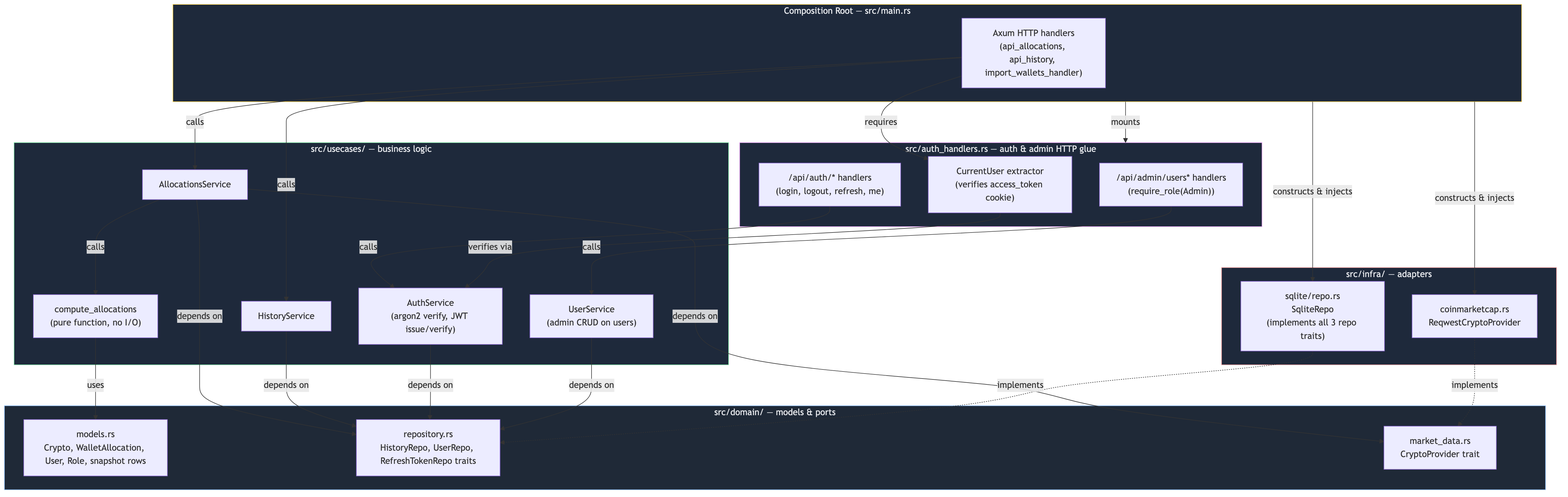
The Mermaid diagram docs/architecture.png in rchau73/crypto_management, before a commit. Its source is kept beside it as docs/architecture.mmd.
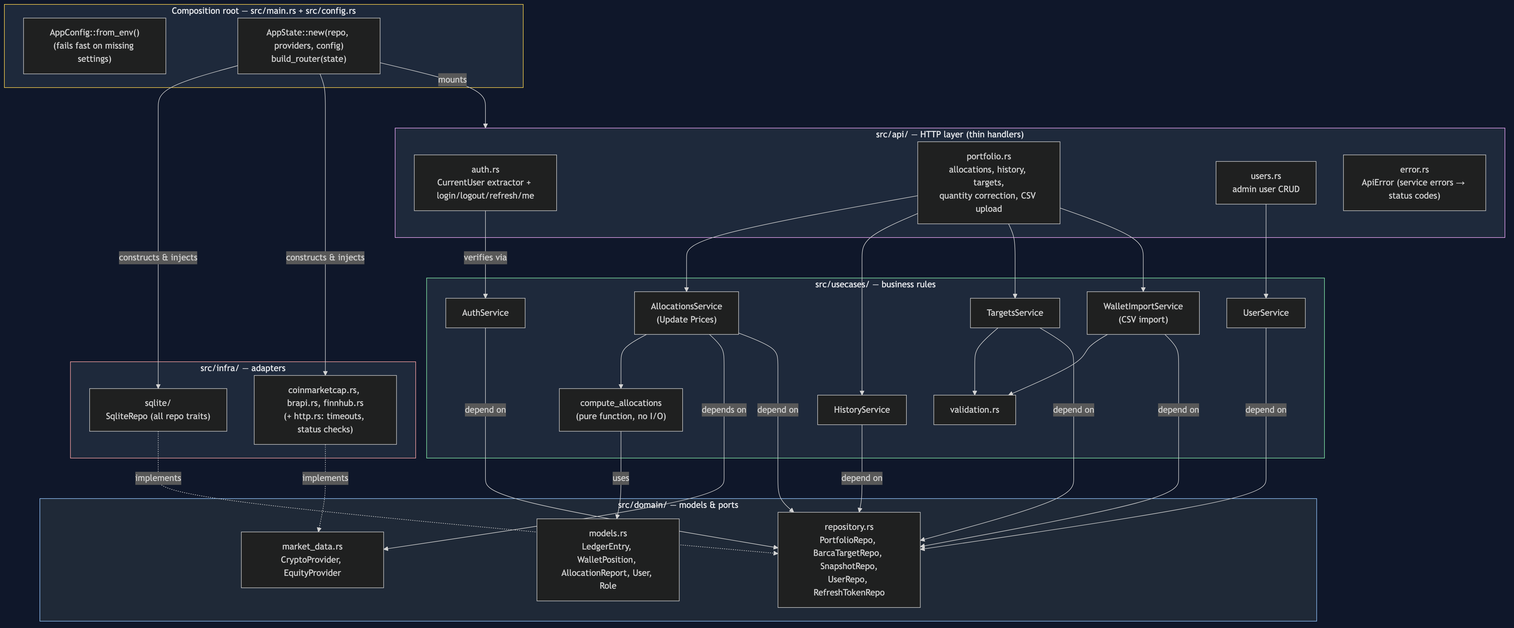
After the change.

Commit message:
Update docs, diagrams, .env.example and developer skill for new layout

Change to the diagram source:
```diff
@@ -1,56 +1,57 @@
 flowchart TD
-    subgraph MAIN["Composition Root — src/main.rs"]
-        H1["Axum HTTP handlers\n(api_allocations, api_history, import_wallets_handler)"]
+    subgraph MAIN["Composition root — src/main.rs + src/config.rs"]
+        CFG["AppConfig::from_env()\n(fails fast on missing settings)"]
+        WIRE["AppState::new(repo, providers, config)\nbuild_router(state)"]
     end
 
-    subgraph AUTHMOD["src/auth_handlers.rs — auth & admin HTTP glue"]
-        CU["CurrentUser extractor\n(verifies access_token cookie)"]
-        AH["/api/auth/* handlers\n(login, logout, refresh, me)"]
-        ADMH["/api/admin/users* handlers\n(require_role(Admin))"]
+    subgraph API["src/api/ — HTTP layer (thin handlers)"]
+        CU["auth.rs\nCurrentUser extractor + login/logout/refresh/me"]
+        PH["portfolio.rs\nallocations, history, targets,\nquantity correction, CSV upload"]
+        UH["users.rs\nadmin user CRUD"]
+        ERR["error.rs\nApiError (service errors → status codes)"]
     end
 
-    subgraph USECASES["src/usecases/ — business logic"]
+    subgraph USECASES["src/usecases/ — business rules"]
         CA["compute_allocations\n(pure function, no I/O)"]
-        AS["AllocationsService"]
+        AS["AllocationsService\n(Update Prices)"]
         HS["HistoryService"]
-        AUS["AuthService\n(argon2 verify, JWT issue/verify)"]
-        US["UserService\n(admin CRUD on users)"]
+        TS["TargetsService"]
+        WI["WalletImportService\n(CSV import)"]
+        AUS["AuthService"]
+        US["UserService"]
+        VAL["validation.rs"]
     end
 
     subgraph DOMAIN["src/domain/ — models & ports"]
-        MODELS["models.rs\nCrypto, WalletAllocation, User, Role, snapshot rows"]
-        REPO_PORT["repository.rs\nHistoryRepo, UserRepo, RefreshTokenRepo traits"]
-        MD_PORT["market_data.rs\nCryptoProvider trait"]
+        MODELS["models.rs\nLedgerEntry, WalletPosition, AllocationReport, User, Role"]
+        REPO_PORT["repository.rs\nPortfolioRepo, BarcaTargetRepo, SnapshotRepo,\nUserRepo, RefreshTokenRepo"]
+        MD_PORT["market_data.rs\nCryptoProvider, EquityProvider"]
     end
 
     subgraph INFRA["src/infra/ — adapters"]
-        SQLITE["sqlite/repo.rs\nSqliteRepo\n(implements all 3 repo traits)"]
-        CMC["coinmarketcap.rs\nReqwestCryptoProvider"]
+        SQLITE["sqlite/\nSqliteRepo (all repo traits)"]
+        PROV["coinmarketcap.rs, brapi.rs, finnhub.rs\n(+ http.rs: timeouts, status checks)"]
     end
 
-    H1 -->|requires| CU
-    H1 -->|calls| AS
-    H1 -->|calls| HS
-    AH -->|calls| AUS
-    ADMH -->|calls| US
     CU -->|verifies via| AUS
-    AS -->|calls| CA
+    PH --> AS & HS & TS & WI
+    UH --> US
+    AS --> CA
+    TS --> VAL
+    WI --> VAL
     AS -->|depends on| MD_PORT
-    AS -->|depends on| REPO_PORT
-    HS -->|depends on| REPO_PORT
-    AUS -->|depends on| REPO_PORT
-    US -->|depends on| REPO_PORT
+    AS & HS & TS & WI & AUS & US -->|depend on| REPO_PORT
     CA -->|uses| MODELS
 
     SQLITE -.->|implements| REPO_PORT
-    CMC -.->|implements| MD_PORT
+    PROV -.->|implements| MD_PORT
 
-    MAIN -->|constructs & injects| SQLITE
-    MAIN -->|constructs & injects| CMC
-    MAIN -->|mounts| AUTHMOD
+    WIRE -->|constructs & injects| SQLITE
+    WIRE -->|constructs & injects| PROV
+    WIRE -->|mounts| API
 
     style DOMAIN fill:#1f2937,stroke:#93c5fd,color:#e5e7eb
     style USECASES fill:#1e293b,stroke:#86efac,color:#e5e7eb
     style INFRA fill:#1e293b,stroke:#fca5a5,color:#e5e7eb
     style MAIN fill:#1e293b,stroke:#fcd34d,color:#e5e7eb
-    style AUTHMOD fill:#1e293b,stroke:#f0abfc,color:#e5e7eb
+    style API fill:#1e293b,stroke:#f0abfc,color:#e5e7eb
```
